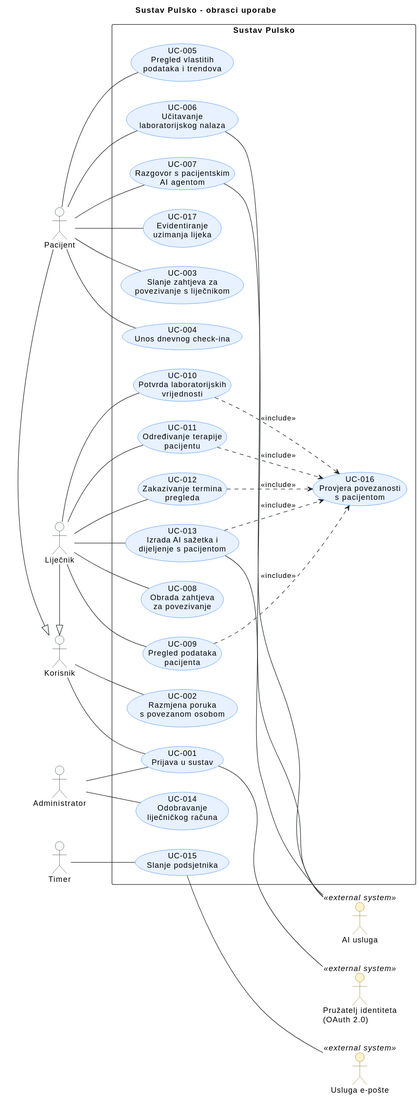
RokoCulin/PROINZ26-G04.2-Pulsko keeps this PlantUML diagram as docs/assets/diagrams/3-1-Pulsko-system-UC.svg. Above is the earlier version. Its diagram source:
```plantuml
@startuml
title Sustav Pulsko - obrasci uporabe
left to right direction

skinparam shadowing false
skinparam defaultFontName Arial
skinparam ArrowColor #212529

skinparam actor {
    BackgroundColor #F8F9FA
    BorderColor #212529
    BackgroundColor<<external system>> #FFF3CD
    BorderColor<<external system>> #856404
}

skinparam usecase {
    BackgroundColor #E7F1FF
    BorderColor #0D6EFD
}


actor User as "Korisnik"
actor Patient as "Pacijent"
actor Doctor as "Liječnik"
actor Admin as "Administrator"
actor Timer as "Timer"

Patient -|> User
Doctor -|> User


actor "Pružatelj identiteta\n(OAuth 2.0)" as IdP <<external system>>
actor "AI usluga" as AI <<external system>>
actor "Usluga e-pošte" as Email <<external system>>


rectangle "Sustav Pulsko" as Pulsko {

    (UC-001\nPrijava u sustav) as UC_SignIn
    (UC-002\nRazmjena poruka\ns povezanom osobom) as UC_Messages

    (UC-003\nSlanje zahtjeva za\npovezivanje s liječnikom) as UC_ConnectRequest
    (UC-004\nUnos dnevnog check-ina) as UC_CheckIn
    (UC-005\nPregled vlastitih\npodataka i trendova) as UC_Dashboard
    (UC-006\nUčitavanje\nlaboratorijskog nalaza) as UC_UploadLab
    (UC-007\nRazgovor s pacijentskim\nAI agentom) as UC_PatientAI
    (UC-017\nEvidentiranje\nuzimanja lijeka) as UC_DoseLog

    (UC-008\nObrada zahtjeva\nza povezivanje) as UC_HandleRequest
    (UC-009\nPregled podataka\npacijenta) as UC_ViewPatient
    (UC-010\nPotvrda laboratorijskih\nvrijednosti) as UC_ConfirmLab
    (UC-011\nOdređivanje terapije\npacijentu) as UC_Therapy
    (UC-012\nZakazivanje termina\npregleda) as UC_Appointment
    (UC-013\nIzrada AI sažetka i\ndijeljenje s pacijentom) as UC_DoctorAI
    (UC-016\nProvjera povezanosti\ns pacijentom) as UC_CheckLink

    (UC-014\nOdobravanje\nliječničkog računa) as UC_ApproveDoctor
    (UC-015\nSlanje podsjetnika) as UC_Reminder
}


User -- UC_SignIn
User -- UC_Messages
Admin -- UC_SignIn

Patient -- UC_ConnectRequest
Patient -- UC_CheckIn
Patient -- UC_Dashboard
Patient -- UC_UploadLab
Patient -- UC_PatientAI
Patient -- UC_DoseLog

Doctor -- UC_HandleRequest
Doctor -- UC_ViewPatient
Doctor -- UC_ConfirmLab
Doctor -- UC_Therapy
Doctor -- UC_Appointment
Doctor -- UC_DoctorAI

Admin -- UC_ApproveDoctor
Timer -- UC_Reminder


UC_ViewPatient ..> UC_CheckLink : <<include>>
UC_ConfirmLab ..> UC_CheckLink : <<include>>
UC_Therapy ..> UC_CheckLink : <<include>>
UC_Appointment ..> UC_CheckLink : <<include>>
UC_DoctorAI ..> UC_CheckLink : <<include>>



UC_SignIn -- IdP
UC_UploadLab -- AI
UC_PatientAI -- AI
UC_DoctorAI -- AI
UC_Reminder -- Email
@enduml
```
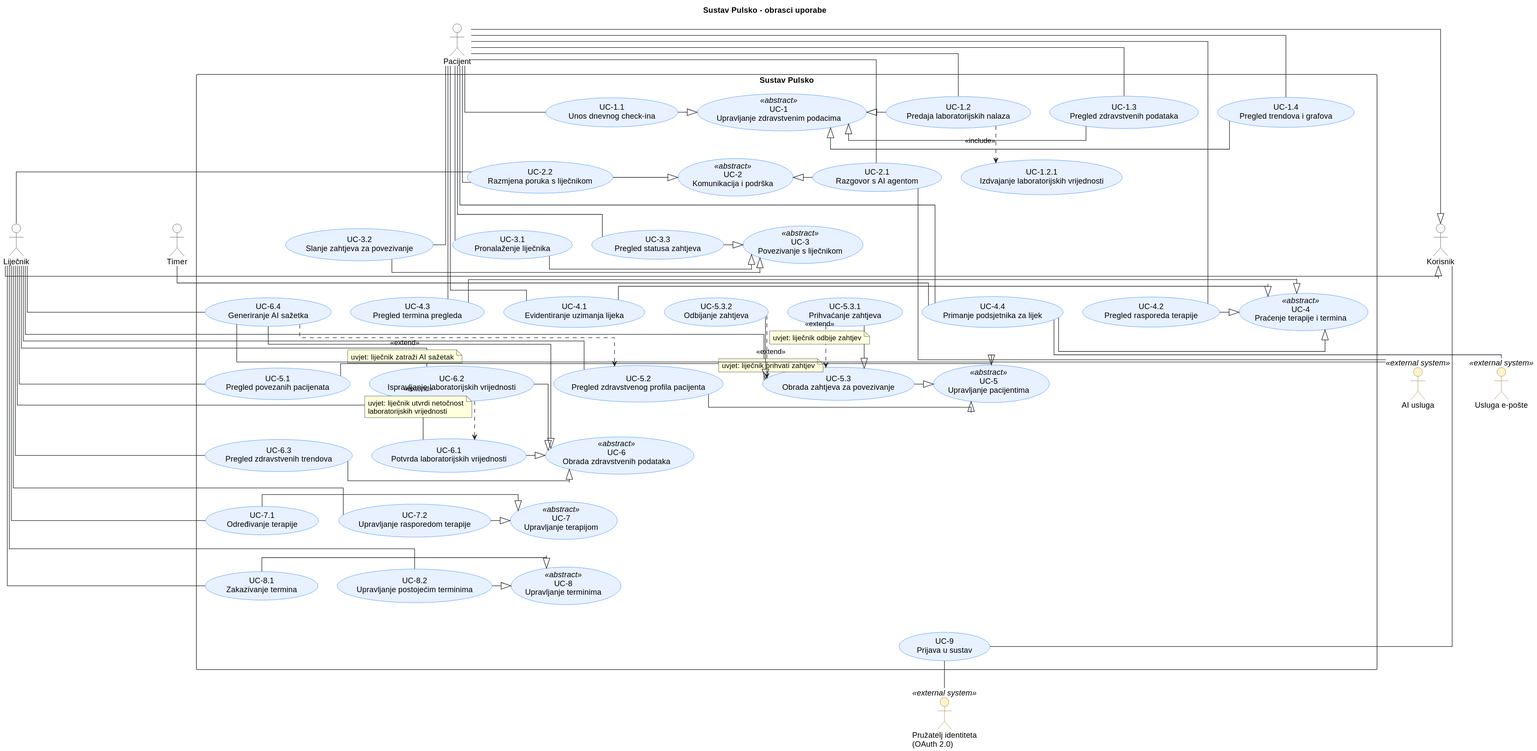
After the change.

Commit message:
Popravljen uml dijagram: nova hijerarhija, sukladno s time promjenjena .svg i .md datoteka

Change to the diagram source:
```diff
@@ -1,10 +1,13 @@
 @startuml
 title Sustav Pulsko - obrasci uporabe
-left to right direction
+top to bottom direction
 
 skinparam shadowing false
 skinparam defaultFontName Arial
 skinparam ArrowColor #212529
+skinparam linetype ortho
+skinparam nodesep 35
+skinparam ranksep 50
 
 skinparam actor {
     BackgroundColor #F8F9FA
@@ -22,76 +25,199 @@
 actor User as "Korisnik"
 actor Patient as "Pacijent"
 actor Doctor as "Liječnik"
-actor Admin as "Administrator"
 actor Timer as "Timer"
 
 Patient -|> User
 Doctor -|> User
-
 
 actor "Pružatelj identiteta\n(OAuth 2.0)" as IdP <<external system>>
 actor "AI usluga" as AI <<external system>>
 actor "Usluga e-pošte" as Email <<external system>>
 
 
-rectangle "Sustav Pulsko" as Pulsko {
 
-    (UC-001\nPrijava u sustav) as UC_SignIn
-    (UC-002\nRazmjena poruka\ns povezanom osobom) as UC_Messages
+rectangle "Sustav Pulsko" {
 
-    (UC-003\nSlanje zahtjeva za\npovezivanje s liječnikom) as UC_ConnectRequest
-    (UC-004\nUnos dnevnog check-ina) as UC_CheckIn
-    (UC-005\nPregled vlastitih\npodataka i trendova) as UC_Dashboard
-    (UC-006\nUčitavanje\nlaboratorijskog nalaza) as UC_UploadLab
-    (UC-007\nRazgovor s pacijentskim\nAI agentom) as UC_PatientAI
-    (UC-017\nEvidentiranje\nuzimanja lijeka) as UC_DoseLog
 
-    (UC-008\nObrada zahtjeva\nza povezivanje) as UC_HandleRequest
-    (UC-009\nPregled podataka\npacijenta) as UC_ViewPatient
-    (UC-010\nPotvrda laboratorijskih\nvrijednosti) as UC_ConfirmLab
-    (UC-011\nOdređivanje terapije\npacijentu) as UC_Therapy
-    (UC-012\nZakazivanje termina\npregleda) as UC_Appointment
-    (UC-013\nIzrada AI sažetka i\ndijeljenje s pacijentom) as UC_DoctorAI
-    (UC-016\nProvjera povezanosti\ns pacijentom) as UC_CheckLink
+    (UC-1\nUpravljanje zdravstvenim podacima) as UC_MedData <<abstract>>
+    (UC-2\nKomunikacija i podrška) as UC_CommunicationSupport <<abstract>>
+    (UC-3\nPovezivanje s liječnikom) as UC_DoctorConnection <<abstract>>
+    (UC-4\nPraćenje terapije i termina) as UC_TherapyAndAppointments <<abstract>>
+    (UC-5\nUpravljanje pacijentima) as UC_PatientManagement <<abstract>>
+    (UC-6\nObrada zdravstvenih podataka) as UC_MedDataProcessing <<abstract>>
+    (UC-7\nUpravljanje terapijom) as UC_TherapyManagement <<abstract>>
+    (UC-8\nUpravljanje terminima) as UC_AppointmentManagement <<abstract>>
+    (UC-9\nPrijava u sustav) as UC_SignIn
 
-    (UC-014\nOdobravanje\nliječničkog računa) as UC_ApproveDoctor
-    (UC-015\nSlanje podsjetnika) as UC_Reminder
+
+
+
+    (UC-1.1\nUnos dnevnog check-ina) as UC_CheckIn
+    (UC-1.2\nPredaja laboratorijskih nalaza) as UC_LabResult
+    (UC-1.3\nPregled zdravstvenih podataka) as UC_ViewMedData
+    (UC-1.4\nPregled trendova i grafova) as UC_ViewGraph
+    (UC-1.2.1\nIzdvajanje laboratorijskih vrijednosti) as UC_ExtractLab
+
+
+    (UC-2.1\nRazgovor s AI agentom) as UC_MessageAI
+    (UC-2.2\nRazmjena poruka s liječnikom) as UC_Messages
+
+
+    (UC-3.1\nPronalaženje liječnika) as UC_FindDoctor
+    (UC-3.2\nSlanje zahtjeva za povezivanje) as UC_SendRequest
+    (UC-3.3\nPregled statusa zahtjeva) as UC_ViewRequestStatus
+
+
+    (UC-4.1\nEvidentiranje uzimanja lijeka) as UC_LogMedication
+    (UC-4.2\nPregled rasporeda terapije) as UC_ViewTherapy
+    (UC-4.3\nPregled termina pregleda) as UC_ViewAppointments
+    (UC-4.4\nPrimanje podsjetnika za lijek) as UC_Reminder
+
+
+    (UC-5.1\nPregled povezanih pacijenata) as UC_ViewPatients
+    (UC-5.2\nPregled zdravstvenog profila pacijenta) as UC_ViewPatientProfile
+    (UC-5.3\nObrada zahtjeva za povezivanje) as UC_HandleRequest
+    (UC-5.3.1\nPrihvaćanje zahtjeva) as UC_AcceptRequest
+    (UC-5.3.2\nOdbijanje zahtjeva) as UC_DeclineRequest
+
+
+    (UC-6.1\nPotvrda laboratorijskih vrijednosti) as UC_ConfirmLab
+    (UC-6.2\nIspravljanje laboratorijskih vrijednosti) as UC_CorrectLab
+    (UC-6.3\nPregled zdravstvenih trendova) as UC_ViewPatientTrends
+    (UC-6.4\nGeneriranje AI sažetka) as UC_GenerateAISummary
+
+
+    (UC-7.1\nOdređivanje terapije) as UC_SetTherapy
+    (UC-7.2\nUpravljanje rasporedom terapije) as UC_ManageTherapy
+
+
+    (UC-8.1\nZakazivanje termina) as UC_ScheduleAppointment
+    (UC-8.2\nUpravljanje postojećim terminima) as UC_ManageAppointments
 }
 
 
+
 User -- UC_SignIn
-User -- UC_Messages
-Admin -- UC_SignIn
 
-Patient -- UC_ConnectRequest
 Patient -- UC_CheckIn
-Patient -- UC_Dashboard
-Patient -- UC_UploadLab
-Patient -- UC_PatientAI
-Patient -- UC_DoseLog
+Patient -- UC_LabResult
+Patient -- UC_ViewMedData
+Patient -- UC_ViewGraph
 
+Patient -- UC_MessageAI
+Patient -- UC_Messages
+
+Patient -- UC_FindDoctor
+Patient -- UC_SendRequest
+Patient -- UC_ViewRequestStatus
+
+Patient -- UC_LogMedication
+Patient -- UC_ViewTherapy
+Patient -- UC_ViewAppointments
+Patient -- UC_Reminder
+
+Doctor -- UC_ViewPatients
+Doctor -- UC_ViewPatientProfile
 Doctor -- UC_HandleRequest
-Doctor -- UC_ViewPatient
+
 Doctor -- UC_ConfirmLab
-Doctor -- UC_Therapy
-Doctor -- UC_Appointment
-Doctor -- UC_DoctorAI
+Doctor -- UC_CorrectLab
+Doctor -- UC_ViewPatientTrends
+Doctor -- UC_GenerateAISummary
 
-Admin -- UC_ApproveDoctor
-Timer -- UC_Reminder
+Doctor -- UC_SetTherapy
+Doctor -- UC_ManageTherapy
+
+Doctor -- UC_ScheduleAppointment
+Doctor -- UC_ManageAppointments
+
+Doctor -- UC_Messages
 
 
-UC_ViewPatient ..> UC_CheckLink : <<include>>
-UC_ConfirmLab ..> UC_CheckLink : <<include>>
-UC_Therapy ..> UC_CheckLink : <<include>>
-UC_Appointment ..> UC_CheckLink : <<include>>
-UC_DoctorAI ..> UC_CheckLink : <<include>>
+
+UC_CheckIn -|> UC_MedData
+UC_LabResult -|> UC_MedData
+UC_ViewMedData -|> UC_MedData
+UC_ViewGraph -|> UC_MedData
+
+UC_MessageAI -|> UC_CommunicationSupport
+UC_Messages -|> UC_CommunicationSupport
+
+UC_FindDoctor -|> UC_DoctorConnection
+UC_SendRequest -|> UC_DoctorConnection
+UC_ViewRequestStatus -|> UC_DoctorConnection
+
+UC_LogMedication -|> UC_TherapyAndAppointments
+UC_ViewTherapy -|> UC_TherapyAndAppointments
+UC_ViewAppointments -|> UC_TherapyAndAppointments
+UC_Reminder -|> UC_TherapyAndAppointments
+
+UC_ViewPatients -|> UC_PatientManagement
+UC_ViewPatientProfile -|> UC_PatientManagement
+UC_HandleRequest -|> UC_PatientManagement
+UC_AcceptRequest -|> UC_HandleRequest
+UC_DeclineRequest -|> UC_HandleRequest
+
+UC_ConfirmLab -|> UC_MedDataProcessing
+UC_CorrectLab -|> UC_MedDataProcessing
+UC_ViewPatientTrends -|> UC_MedDataProcessing
+UC_GenerateAISummary -|> UC_MedDataProcessing
+
+UC_SetTherapy -|> UC_TherapyManagement
+UC_ManageTherapy -|> UC_TherapyManagement
+
+UC_ScheduleAppointment -|> UC_AppointmentManagement
+UC_ManageAppointments -|> UC_AppointmentManagement
+
+
+
+UC_LabResult ..> UC_ExtractLab : <<include>>
+
+
+
+UC_AcceptRequest ..> UC_HandleRequest : <<extend>>
+
+note on link
+    uvjet: liječnik prihvati zahtjev
+end note
+
+UC_DeclineRequest ..> UC_HandleRequest : <<extend>>
+
+note on link
+    uvjet: liječnik odbije zahtjev
+end note
+
+UC_CorrectLab ..> UC_ConfirmLab : <<extend>>
+
+note on link
+    uvjet: liječnik utvrdi netočnost
+    laboratorijskih vrijednosti
+end note
+
+UC_GenerateAISummary ..> UC_ViewPatientProfile : <<extend>>
+
+note on link
+    uvjet: liječnik zatraži AI sažetak
+end note
 
 
 
 UC_SignIn -- IdP
-UC_UploadLab -- AI
-UC_PatientAI -- AI
-UC_DoctorAI -- AI
+
+UC_MessageAI -- AI
+UC_GenerateAISummary -- AI
+
+Timer -- UC_Reminder
 UC_Reminder -- Email
+
+
+
+UC_MedData -[hidden]down-> UC_CommunicationSupport
+UC_CommunicationSupport -[hidden]down-> UC_DoctorConnection
+UC_DoctorConnection -[hidden]down-> UC_TherapyAndAppointments
+UC_TherapyAndAppointments -[hidden]down-> UC_PatientManagement
+UC_PatientManagement -[hidden]down-> UC_MedDataProcessing
+UC_MedDataProcessing -[hidden]down-> UC_TherapyManagement
+UC_TherapyManagement -[hidden]down-> UC_AppointmentManagement
+UC_AppointmentManagement -[hidden]down-> UC_SignIn
 @enduml
```
